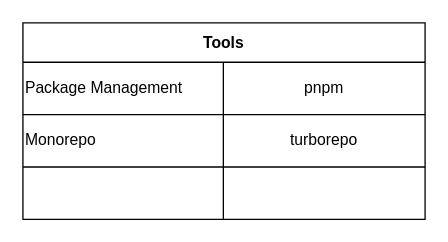
Project-Foundations/pfmf-react-root keeps this draw.io diagram as page "tools" (1 of 3) of docs/architecture.dio. Above is the earlier version. Source tidied: cells renumbered, new cells numbered last; positions are measured from the earlier drawing's top-left corner, leaving out a move shared by most shapes. Both pictures are drawn from the tidied source at 131%, with x=0, y=0 at pixel (22, 22).
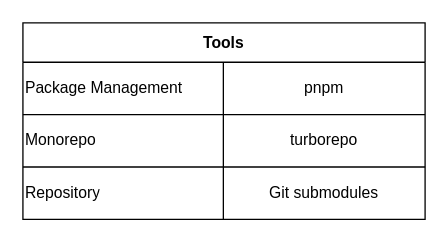
The same page after the edit.

Diff of the diagram source:
```diff
@@
 <mxGraphModel>
   <root>
     <mxCell id="0" />
     <mxCell id="1" parent="0" />
     <mxCell id="2" value="Tools" style="shape=table;startSize=30;childLayout=tableLayout;fontStyle=1;align=center;" parent="1" vertex="1">
       <mxGeometry width="307" height="150" as="geometry" />
     </mxCell>
     <mxCell id="3" style="shape=partialRectangle;html=1;whiteSpace=wrap;fillColor=none;top=0;left=0;bottom=0;right=0;" parent="2" vertex="1">
       <mxGeometry y="30" width="307" height="40" as="geometry" />
     </mxCell>
     <mxCell id="4" value="Package Management" style="shape=partialRectangle;html=1;whiteSpace=wrap;fillColor=none;top=0;left=0;bottom=0;right=0;overflow=hidden;align=left;" parent="3" vertex="1">
       <mxGeometry width="153" height="40" as="geometry" />
     </mxCell>
     <mxCell id="5" value="pnpm" style="shape=partialRectangle;html=1;whiteSpace=wrap;fillColor=none;top=0;left=0;bottom=0;right=0;overflow=hidden;" parent="3" vertex="1">
       <mxGeometry x="153" width="154" height="40" as="geometry" />
     </mxCell>
     <mxCell id="6" style="shape=partialRectangle;html=1;whiteSpace=wrap;fillColor=none;top=0;left=0;bottom=0;right=0;" parent="2" vertex="1">
       <mxGeometry y="70" width="307" height="40" as="geometry" />
     </mxCell>
     <mxCell id="7" value="Monorepo" style="shape=partialRectangle;html=1;whiteSpace=wrap;fillColor=none;top=0;left=0;bottom=0;right=0;overflow=hidden;align=left;" parent="6" vertex="1">
       <mxGeometry width="153" height="40" as="geometry" />
     </mxCell>
     <mxCell id="8" value="turborepo" style="shape=partialRectangle;html=1;whiteSpace=wrap;fillColor=none;top=0;left=0;bottom=0;right=0;overflow=hidden;" parent="6" vertex="1">
       <mxGeometry x="153" width="154" height="40" as="geometry" />
     </mxCell>
     <mxCell id="9" style="shape=partialRectangle;html=1;whiteSpace=wrap;fillColor=none;top=0;left=0;bottom=0;right=0;" parent="2" vertex="1">
       <mxGeometry y="110" width="307" height="40" as="geometry" />
     </mxCell>
-    <mxCell id="10" style="shape=partialRectangle;html=1;whiteSpace=wrap;fillColor=none;top=0;left=0;bottom=0;right=0;overflow=hidden;" parent="9" vertex="1">
+    <mxCell id="10" value="Repository" style="shape=partialRectangle;html=1;whiteSpace=wrap;fillColor=none;top=0;left=0;bottom=0;right=0;overflow=hidden;align=left;" parent="9" vertex="1">
       <mxGeometry width="153" height="40" as="geometry" />
     </mxCell>
-    <mxCell id="11" style="shape=partialRectangle;html=1;whiteSpace=wrap;fillColor=none;top=0;left=0;bottom=0;right=0;overflow=hidden;" parent="9" vertex="1">
+    <mxCell id="11" value="Git submodules" style="shape=partialRectangle;html=1;whiteSpace=wrap;fillColor=none;top=0;left=0;bottom=0;right=0;overflow=hidden;" parent="9" vertex="1">
       <mxGeometry x="153" width="154" height="40" as="geometry" />
     </mxCell>
   </root>
 </mxGraphModel>
```
